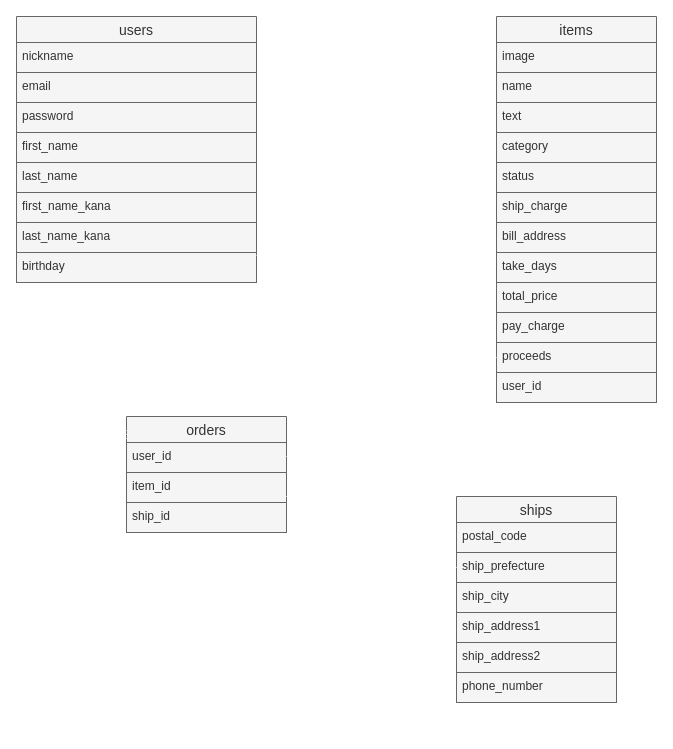
This is draw.dio from takeshi1004/furima-38116, a draw.io file, before an edit. Source tidied: cells renumbered, new cells numbered last; positions are measured from the earlier drawing's top-left corner, leaving out a move shared by most shapes. Both pictures are drawn from the tidied source at 100%, with x=0, y=0 at pixel (16, 16).
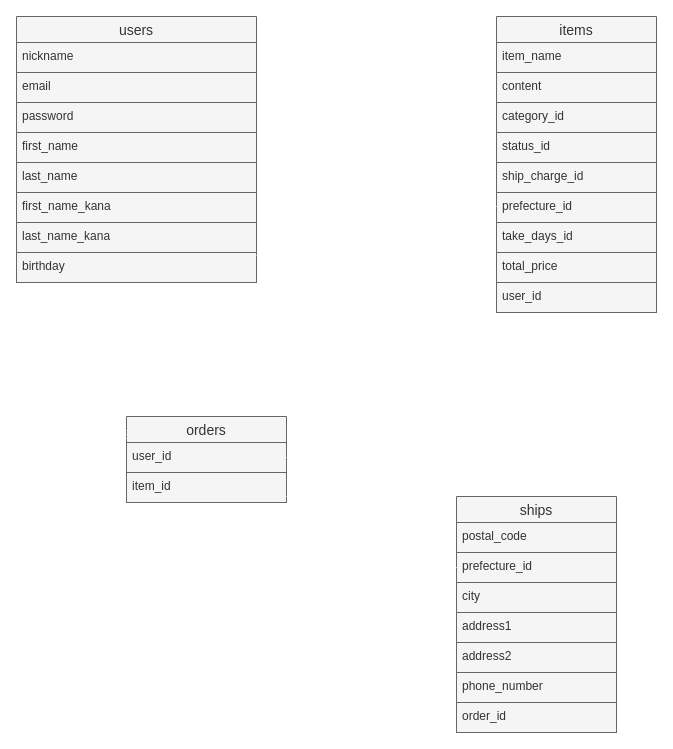
The same page after the edit.

Commit message (it also covers changes not shown here):
データベース設計の修正

The change refers to these unchanged cells:
```xml
<mxCell id="26" value="user_id" style="text;strokeColor=#666666;fillColor=#f5f5f5;spacingLeft=4;spacingRight=4;overflow=hidden;points=[[0,0.5],[1,0.5]];portConstraint=eastwest;fontSize=12;fontColor=#333333;" parent="25" vertex="1">
  <mxGeometry y="26" width="160" height="30" as="geometry" />
</mxCell>
```

What changed in the source:
```diff
@@
     <mxCell id="12" value="items" style="swimlane;fontStyle=0;horizontal=1;startSize=26;align=center;fontSize=14;fillColor=#f5f5f5;fontColor=#333333;strokeColor=#666666;" parent="1" vertex="1">
-      <mxGeometry x="480" width="160" height="386" as="geometry" />
+      <mxGeometry x="480" width="160" height="296" as="geometry" />
     </mxCell>
-    <mxCell id="13" value="image" style="text;strokeColor=#666666;fillColor=#f5f5f5;spacingLeft=4;spacingRight=4;overflow=hidden;fontSize=12;fontColor=#333333;" parent="12" vertex="1">
-      <mxGeometry y="26" width="160" height="30" as="geometry" />
-    </mxCell>
-    <mxCell id="14" value="name" style="text;strokeColor=#666666;fillColor=#f5f5f5;spacingLeft=4;spacingRight=4;overflow=hidden;points=[[0,0.5],[1,0.5]];portConstraint=eastwest;fontSize=12;fontColor=#333333;" parent="12" vertex="1">
-      <mxGeometry y="56" width="160" height="30" as="geometry" />
+    <mxCell id="14" value="item_name" style="text;strokeColor=#666666;fillColor=#f5f5f5;spacingLeft=4;spacingRight=4;overflow=hidden;points=[[0,0.5],[1,0.5]];portConstraint=eastwest;fontSize=12;fontColor=#333333;" parent="12" vertex="1">
+      <mxGeometry y="26" width="160" height="30" as="geometry" />
     </mxCell>
-    <mxCell id="15" value="text" style="text;strokeColor=#666666;fillColor=#f5f5f5;spacingLeft=4;spacingRight=4;overflow=hidden;fontSize=12;fontColor=#333333;" parent="12" vertex="1">
-      <mxGeometry y="86" width="160" height="30" as="geometry" />
+    <mxCell id="15" value="content" style="text;strokeColor=#666666;fillColor=#f5f5f5;spacingLeft=4;spacingRight=4;overflow=hidden;fontSize=12;fontColor=#333333;" parent="12" vertex="1">
+      <mxGeometry y="56" width="160" height="30" as="geometry" />
     </mxCell>
-    <mxCell id="16" value="category" style="text;strokeColor=#666666;fillColor=#f5f5f5;spacingLeft=4;spacingRight=4;overflow=hidden;fontSize=12;fontColor=#333333;" parent="12" vertex="1">
-      <mxGeometry y="116" width="160" height="30" as="geometry" />
+    <mxCell id="16" value="category_id" style="text;strokeColor=#666666;fillColor=#f5f5f5;spacingLeft=4;spacingRight=4;overflow=hidden;fontSize=12;fontColor=#333333;" parent="12" vertex="1">
+      <mxGeometry y="86" width="160" height="30" as="geometry" />
     </mxCell>
-    <mxCell id="17" value="status" style="text;strokeColor=#666666;fillColor=#f5f5f5;spacingLeft=4;spacingRight=4;overflow=hidden;fontSize=12;fontColor=#333333;" parent="12" vertex="1">
-      <mxGeometry y="146" width="160" height="30" as="geometry" />
+    <mxCell id="17" value="status_id" style="text;strokeColor=#666666;fillColor=#f5f5f5;spacingLeft=4;spacingRight=4;overflow=hidden;fontSize=12;fontColor=#333333;" parent="12" vertex="1">
+      <mxGeometry y="116" width="160" height="30" as="geometry" />
     </mxCell>
-    <mxCell id="18" value="ship_charge" style="text;strokeColor=#666666;fillColor=#f5f5f5;spacingLeft=4;spacingRight=4;overflow=hidden;fontSize=12;fontColor=#333333;" parent="12" vertex="1">
-      <mxGeometry y="176" width="160" height="30" as="geometry" />
+    <mxCell id="18" value="ship_charge_id" style="text;strokeColor=#666666;fillColor=#f5f5f5;spacingLeft=4;spacingRight=4;overflow=hidden;fontSize=12;fontColor=#333333;" parent="12" vertex="1">
+      <mxGeometry y="146" width="160" height="30" as="geometry" />
     </mxCell>
-    <mxCell id="19" value="bill_address" style="text;strokeColor=#666666;fillColor=#f5f5f5;spacingLeft=4;spacingRight=4;overflow=hidden;fontSize=12;fontColor=#333333;" parent="12" vertex="1">
-      <mxGeometry y="206" width="160" height="30" as="geometry" />
+    <mxCell id="19" value="prefecture_id" style="text;strokeColor=#666666;fillColor=#f5f5f5;spacingLeft=4;spacingRight=4;overflow=hidden;fontSize=12;fontColor=#333333;" parent="12" vertex="1">
+      <mxGeometry y="176" width="160" height="30" as="geometry" />
     </mxCell>
-    <mxCell id="20" value="take_days" style="text;strokeColor=#666666;fillColor=#f5f5f5;spacingLeft=4;spacingRight=4;overflow=hidden;fontSize=12;fontColor=#333333;" parent="12" vertex="1">
-      <mxGeometry y="236" width="160" height="30" as="geometry" />
+    <mxCell id="20" value="take_days_id" style="text;strokeColor=#666666;fillColor=#f5f5f5;spacingLeft=4;spacingRight=4;overflow=hidden;fontSize=12;fontColor=#333333;" parent="12" vertex="1">
+      <mxGeometry y="206" width="160" height="30" as="geometry" />
     </mxCell>
     <mxCell id="21" value="total_price" style="text;strokeColor=#666666;fillColor=#f5f5f5;spacingLeft=4;spacingRight=4;overflow=hidden;fontSize=12;fontColor=#333333;" parent="12" vertex="1">
-      <mxGeometry y="266" width="160" height="30" as="geometry" />
+      <mxGeometry y="236" width="160" height="30" as="geometry" />
     </mxCell>
-    <mxCell id="22" value="pay_charge" style="text;strokeColor=#666666;fillColor=#f5f5f5;spacingLeft=4;spacingRight=4;overflow=hidden;fontSize=12;fontColor=#333333;" parent="12" vertex="1">
-      <mxGeometry y="296" width="160" height="30" as="geometry" />
-    </mxCell>
-    <mxCell id="23" value="proceeds" style="text;strokeColor=#666666;fillColor=#f5f5f5;spacingLeft=4;spacingRight=4;overflow=hidden;points=[[0,0.5],[1,0.5]];portConstraint=eastwest;fontSize=12;fontColor=#333333;" parent="12" vertex="1">
-      <mxGeometry y="326" width="160" height="30" as="geometry" />
-    </mxCell>
     <mxCell id="24" value="user_id" style="text;strokeColor=#666666;fillColor=#f5f5f5;spacingLeft=4;spacingRight=4;overflow=hidden;fontSize=12;fontColor=#333333;" parent="12" vertex="1">
-      <mxGeometry y="356" width="160" height="30" as="geometry" />
+      <mxGeometry y="266" width="160" height="30" as="geometry" />
     </mxCell>
     <mxCell id="25" value="orders" style="swimlane;fontStyle=0;horizontal=1;startSize=26;align=center;fontSize=14;fillColor=#f5f5f5;fontColor=#333333;strokeColor=#666666;" parent="1" vertex="1">
-      <mxGeometry x="110" y="400" width="160" height="116" as="geometry" />
+      <mxGeometry x="110" y="400" width="160" height="86" as="geometry" />
     </mxCell>
@@
-    <mxCell id="28" value="ship_id" style="text;strokeColor=#666666;fillColor=#f5f5f5;spacingLeft=4;spacingRight=4;overflow=hidden;fontSize=12;fontColor=#333333;" parent="25" vertex="1">
-      <mxGeometry y="86" width="160" height="30" as="geometry" />
-    </mxCell>
@@
-    <mxCell id="30" style="edgeStyle=entityRelationEdgeStyle;fontSize=12;html=1;endArrow=ERone;endFill=1;entryX=0;entryY=0.5;entryDx=0;entryDy=0;startArrow=ERone;startFill=0;fillColor=#f5f5f5;strokeColor=#FFFFFF;" parent="1" edge="1" target="23">
-      <mxGeometry relative="1" as="geometry">
-        <mxPoint x="270" y="440" as="sourcePoint" />
-      </mxGeometry>
-    </mxCell>
     <mxCell id="31" value="ships" style="swimlane;fontStyle=0;horizontal=1;startSize=26;align=center;fontSize=14;fillColor=#f5f5f5;fontColor=#333333;strokeColor=#666666;" parent="1" vertex="1">
-      <mxGeometry x="440" y="480" width="160" height="206" as="geometry" />
+      <mxGeometry x="440" y="480" width="160" height="236" as="geometry" />
     </mxCell>
@@
-    <mxCell id="33" value="ship_prefecture" style="text;strokeColor=#666666;fillColor=#f5f5f5;spacingLeft=4;spacingRight=4;overflow=hidden;points=[[0,0.5],[1,0.5]];portConstraint=eastwest;fontSize=12;fontColor=#333333;" parent="31" vertex="1">
+    <mxCell id="33" value="prefecture_id" style="text;strokeColor=#666666;fillColor=#f5f5f5;spacingLeft=4;spacingRight=4;overflow=hidden;points=[[0,0.5],[1,0.5]];portConstraint=eastwest;fontSize=12;fontColor=#333333;" parent="31" vertex="1">
       <mxGeometry y="56" width="160" height="30" as="geometry" />
     </mxCell>
-    <mxCell id="34" value="ship_city" style="text;strokeColor=#666666;fillColor=#f5f5f5;spacingLeft=4;spacingRight=4;overflow=hidden;fontSize=12;fontColor=#333333;" parent="31" vertex="1">
+    <mxCell id="34" value="city" style="text;strokeColor=#666666;fillColor=#f5f5f5;spacingLeft=4;spacingRight=4;overflow=hidden;fontSize=12;fontColor=#333333;" parent="31" vertex="1">
       <mxGeometry y="86" width="160" height="30" as="geometry" />
     </mxCell>
-    <mxCell id="35" value="ship_address1" style="text;strokeColor=#666666;fillColor=#f5f5f5;spacingLeft=4;spacingRight=4;overflow=hidden;fontSize=12;fontColor=#333333;" parent="31" vertex="1">
+    <mxCell id="35" value="address1" style="text;strokeColor=#666666;fillColor=#f5f5f5;spacingLeft=4;spacingRight=4;overflow=hidden;fontSize=12;fontColor=#333333;" parent="31" vertex="1">
       <mxGeometry y="116" width="160" height="30" as="geometry" />
     </mxCell>
-    <mxCell id="36" value="ship_address2" style="text;strokeColor=#666666;fillColor=#f5f5f5;spacingLeft=4;spacingRight=4;overflow=hidden;fontSize=12;fontColor=#333333;" parent="31" vertex="1">
+    <mxCell id="36" value="address2" style="text;strokeColor=#666666;fillColor=#f5f5f5;spacingLeft=4;spacingRight=4;overflow=hidden;fontSize=12;fontColor=#333333;" parent="31" vertex="1">
       <mxGeometry y="146" width="160" height="30" as="geometry" />
     </mxCell>
@@
+    <mxCell id="39" value="order_id" style="text;strokeColor=#666666;fillColor=#f5f5f5;spacingLeft=4;spacingRight=4;overflow=hidden;fontSize=12;fontColor=#333333;" parent="31" vertex="1">
+      <mxGeometry y="206" width="160" height="30" as="geometry" />
+    </mxCell>
@@
+    <mxCell id="40" style="edgeStyle=entityRelationEdgeStyle;fontSize=12;html=1;endArrow=ERone;endFill=1;startSize=6;endSize=6;strokeColor=#FFFFFF;strokeWidth=1;jumpSize=6;exitX=1;exitY=0.5;exitDx=0;exitDy=0;startArrow=ERone;startFill=0;" parent="1" edge="1" source="26">
+      <mxGeometry relative="1" as="geometry">
+        <mxPoint x="480" y="190" as="targetPoint" />
+      </mxGeometry>
+    </mxCell>
```
